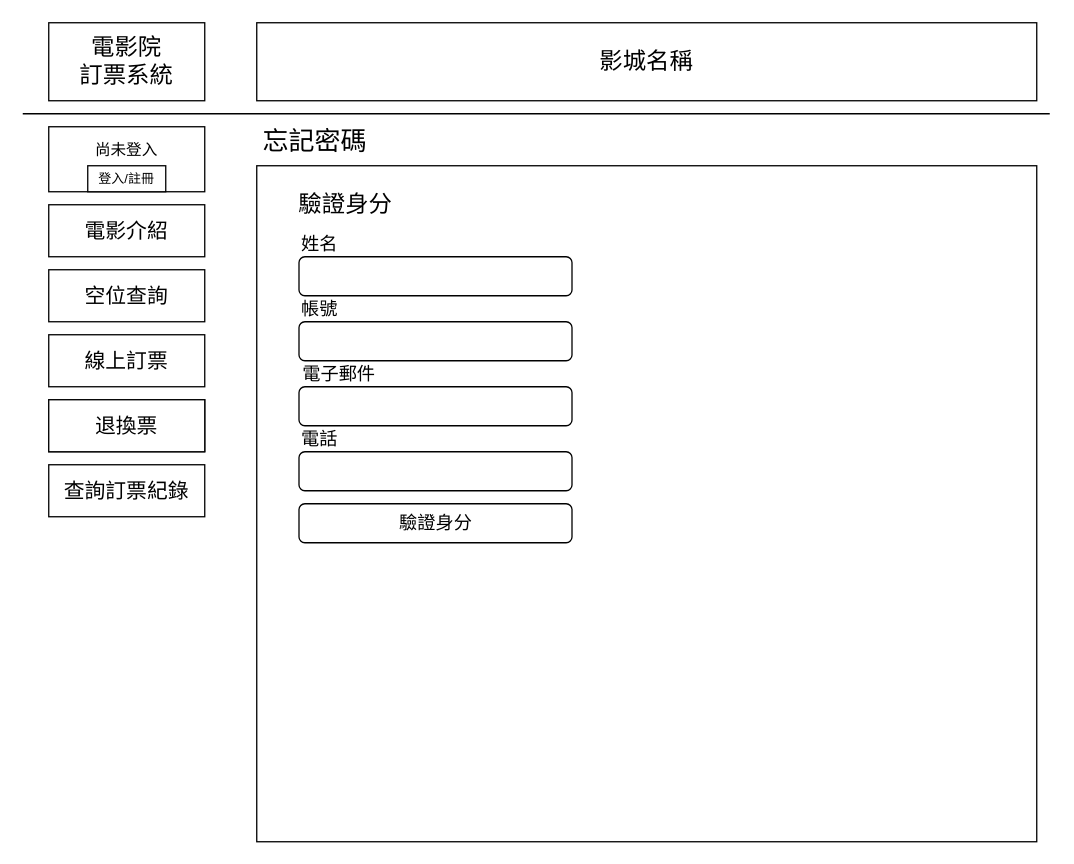
The draw.io diagram UI/原檔/忘記密碼.drawio in TYChicode/deepbowl, before the edit. Source tidied: cells renumbered, new cells numbered last; positions are measured from the earlier drawing's top-left corner, leaving out a move shared by most shapes. Both pictures are drawn from the tidied source at 130%, with x=0, y=0 at pixel (22, 22).
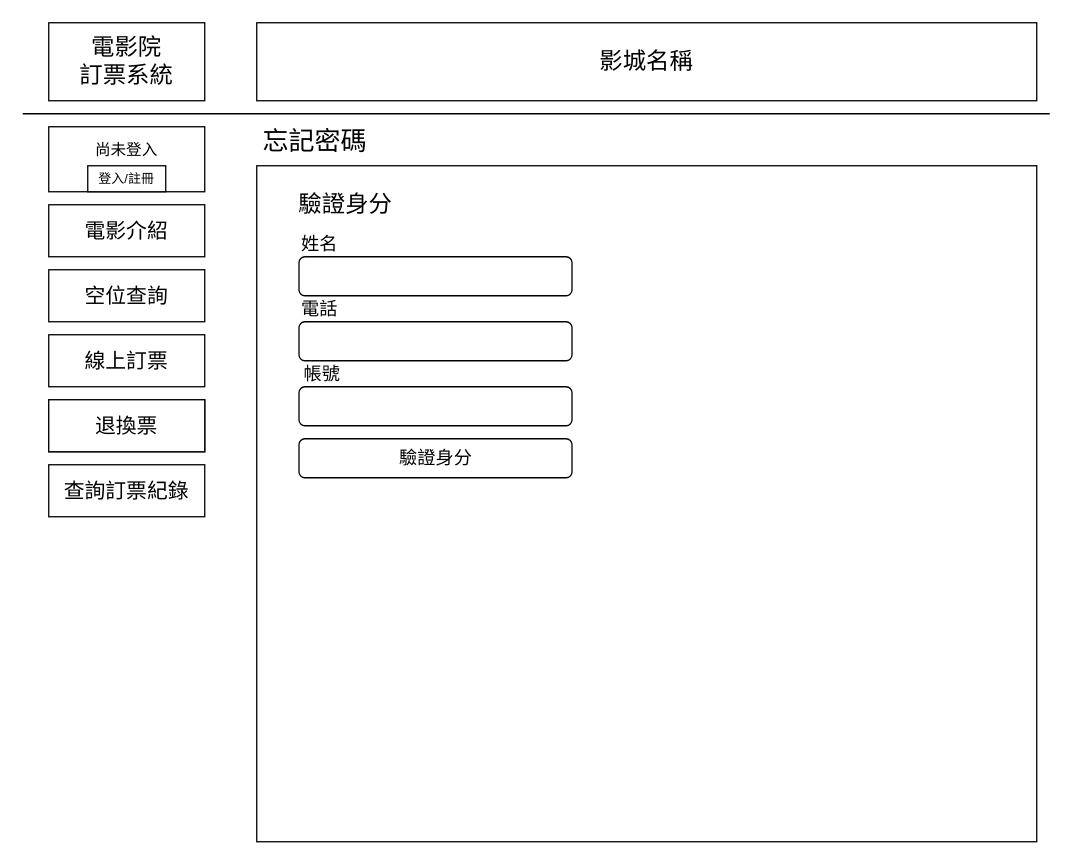
After the change.

Diff of the diagram source:
```diff
@@
-    <mxCell id="17" value="&lt;font style=&quot;font-size: 14px&quot;&gt;帳號&lt;/font&gt;" style="text;html=1;align=center;verticalAlign=middle;" parent="1" vertex="1">
+    <mxCell id="17" value="&lt;font style=&quot;font-size: 14px&quot;&gt;電話&lt;/font&gt;" style="text;html=1;align=center;verticalAlign=middle;" parent="1" vertex="1">
       <mxGeometry x="207.5" y="210" width="40" height="20" as="geometry" />
     </mxCell>
-    <mxCell id="18" style="rounded=1;whiteSpace=wrap;html=1;" parent="1" vertex="1">
-      <mxGeometry x="212.5" y="280" width="210" height="30" as="geometry" />
-    </mxCell>
-    <mxCell id="19" value="&lt;span style=&quot;font-size: 14px&quot;&gt;電子郵件&lt;/span&gt;" style="text;html=1;align=center;verticalAlign=middle;" parent="1" vertex="1">
-      <mxGeometry x="207.5" y="260" width="70" height="20" as="geometry" />
-    </mxCell>
     <mxCell id="20" style="rounded=1;whiteSpace=wrap;html=1;" parent="1" vertex="1">
-      <mxGeometry x="212.5" y="330" width="210" height="30" as="geometry" />
+      <mxGeometry x="212.5" y="280" width="210" height="30" as="geometry" />
     </mxCell>
-    <mxCell id="21" value="&lt;span style=&quot;font-size: 14px&quot;&gt;電話&lt;/span&gt;" style="text;html=1;align=center;verticalAlign=middle;" parent="1" vertex="1">
-      <mxGeometry x="207.5" y="310" width="40" height="20" as="geometry" />
+    <mxCell id="21" value="&lt;span style=&quot;font-size: 14px&quot;&gt;帳號&lt;/span&gt;" style="text;html=1;align=center;verticalAlign=middle;" parent="1" vertex="1">
+      <mxGeometry x="210" y="260" width="40" height="20" as="geometry" />
     </mxCell>
     <mxCell id="22" value="&lt;font style=&quot;font-size: 14px&quot;&gt;驗證身分&lt;/font&gt;" style="rounded=1;whiteSpace=wrap;html=1;" parent="1" vertex="1">
-      <mxGeometry x="212.5" y="370" width="210" height="30" as="geometry" />
+      <mxGeometry x="212.5" y="320" width="210" height="30" as="geometry" />
     </mxCell>
```
